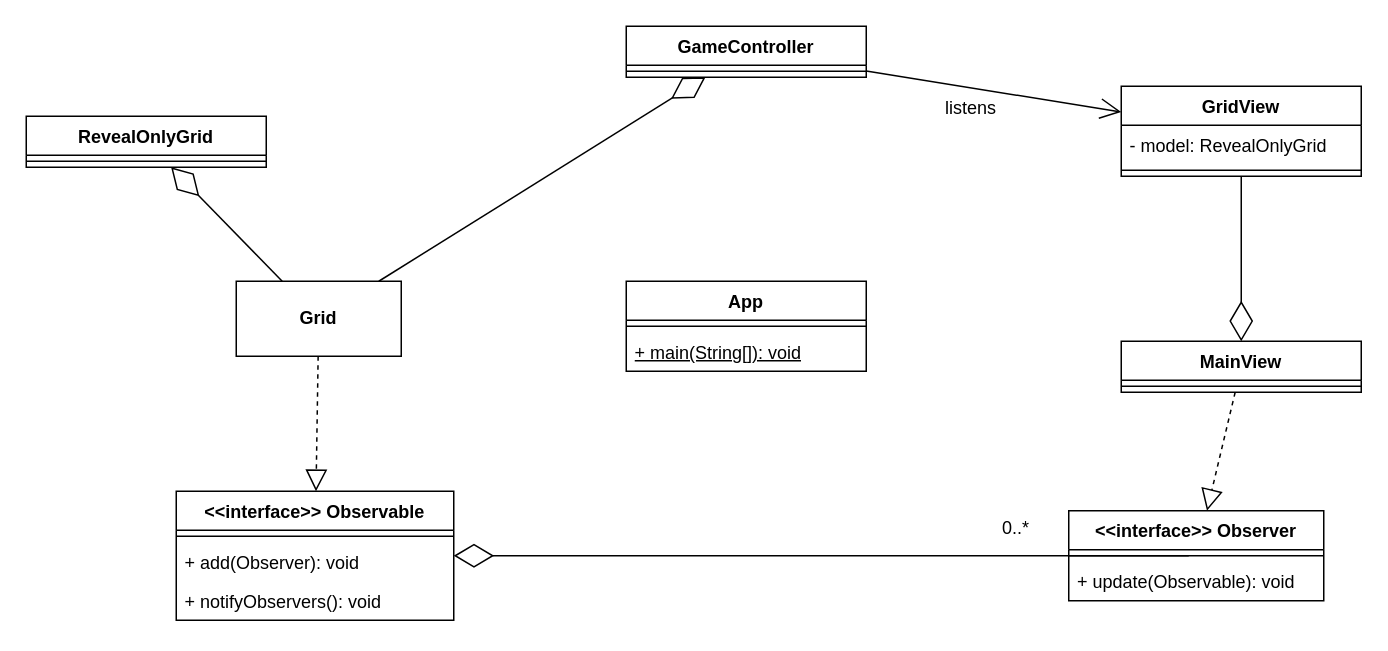
Earlier version of the draw.io diagram specification/architecture.drawio (mgmu/minesweeper). Source tidied: cells renumbered, new cells numbered last; positions are measured from the earlier drawing's top-left corner, leaving out a move shared by most shapes. Both pictures are drawn from the tidied source at 150%, with x=0, y=0 at pixel (26, 26).
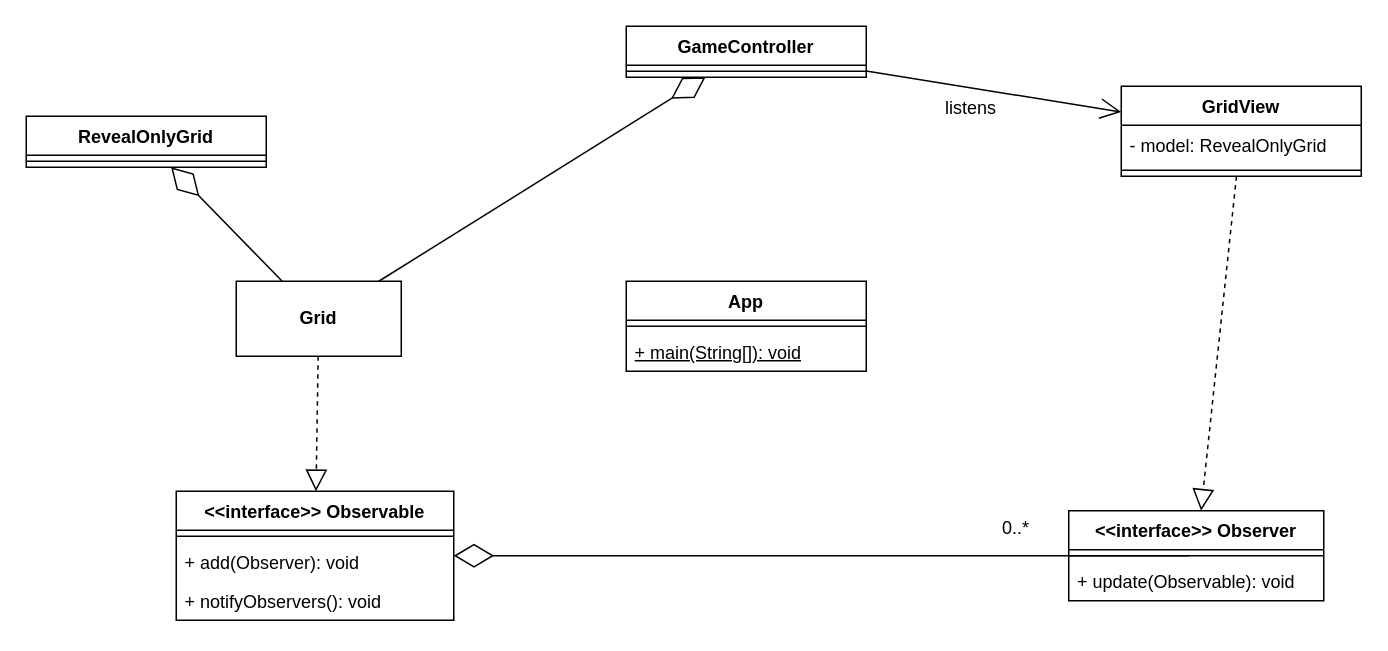
Above is the later version.

Unchanged cells that the change refers to:
```xml
<mxCell id="7" value="GridView" style="swimlane;fontStyle=1;align=center;verticalAlign=top;horizontal=1;startSize=26;whiteSpace=wrap;html=1;" parent="1" vertex="1">
  <mxGeometry x="730" y="40" width="160" height="60" as="geometry" />
</mxCell>
<mxCell id="15" value="&amp;lt;&amp;lt;interface&amp;gt;&amp;gt; Observer" style="swimlane;fontStyle=1;align=center;verticalAlign=top;horizontal=1;startSize=26;whiteSpace=wrap;html=1;" parent="1" vertex="1">
  <mxGeometry x="695" y="323" width="170" height="60" as="geometry" />
</mxCell>
```

Change to the diagram source:
```diff
@@
-    <mxCell id="23" style="endArrow=block;dashed=1;endFill=0;endSize=12;html=1;rounded=0;" parent="1" edge="1" source="28" target="15">
-      <mxGeometry relative="1" as="geometry" />
-    </mxCell>
@@
-    <mxCell id="28" value="MainView" style="swimlane;fontStyle=1;align=center;verticalAlign=top;horizontal=1;startSize=26;whiteSpace=wrap;html=1;" parent="1" vertex="1">
-      <mxGeometry x="730" y="210" width="160" height="34" as="geometry" />
-    </mxCell>
-    <mxCell id="29" style="line;strokeWidth=1;fillColor=none;align=left;verticalAlign=middle;spacingTop=-1;spacingLeft=3;spacingRight=3;labelPosition=right;strokeColor=inherit;" parent="28" vertex="1">
-      <mxGeometry y="26" width="160" height="8" as="geometry" />
-    </mxCell>
-    <mxCell id="30" style="endArrow=diamondThin;endFill=0;endSize=24;html=1;rounded=0;" parent="1" edge="1" source="7" target="28">
-      <mxGeometry relative="1" as="geometry" />
-    </mxCell>
+    <mxCell id="31" style="endArrow=block;dashed=1;endFill=0;endSize=12;html=1;rounded=0;" parent="1" edge="1" source="7" target="15">
+      <mxGeometry relative="1" as="geometry" />
+    </mxCell>
```
